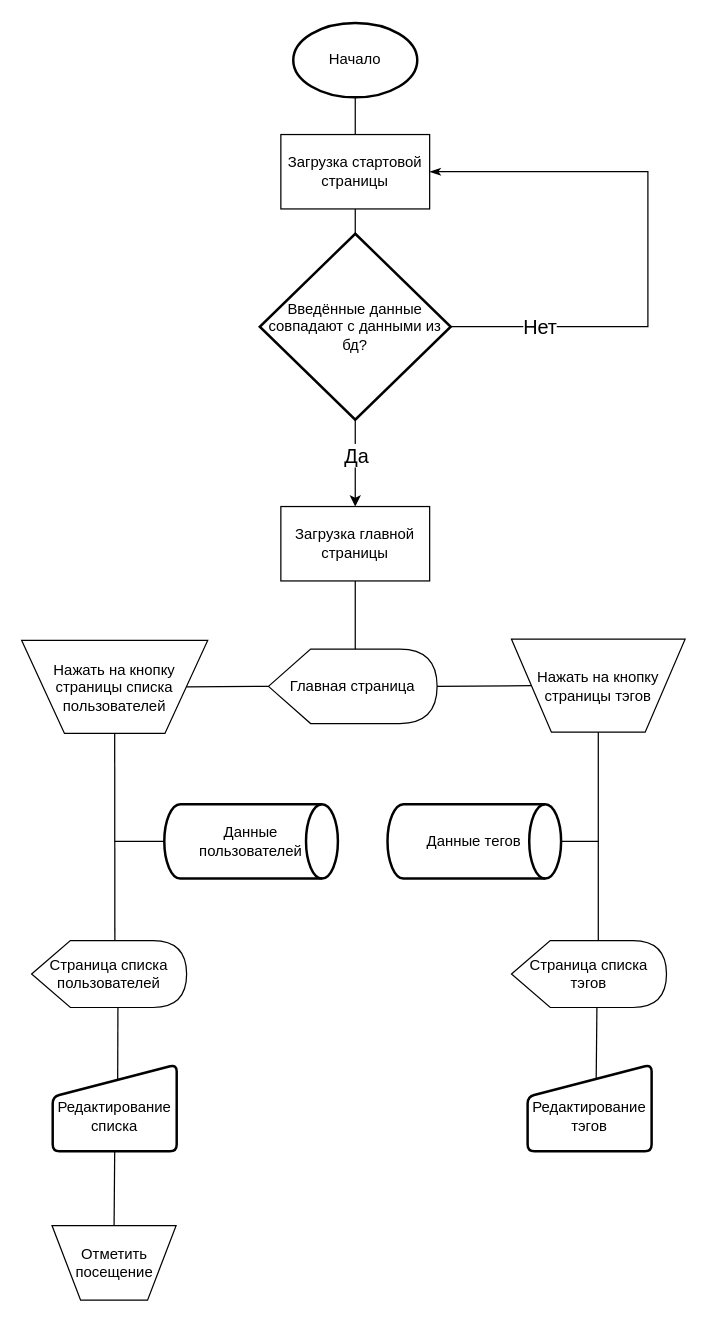
Earlier version of the draw.io diagram 2022glo1.drawio (FortunaMAKSIM/glo). Source tidied: cells renumbered, new cells numbered last; positions are measured from the earlier drawing's top-left corner, leaving out a move shared by most shapes. Both pictures are drawn from the tidied source at 124%, with x=0, y=0 at pixel (21, 22).
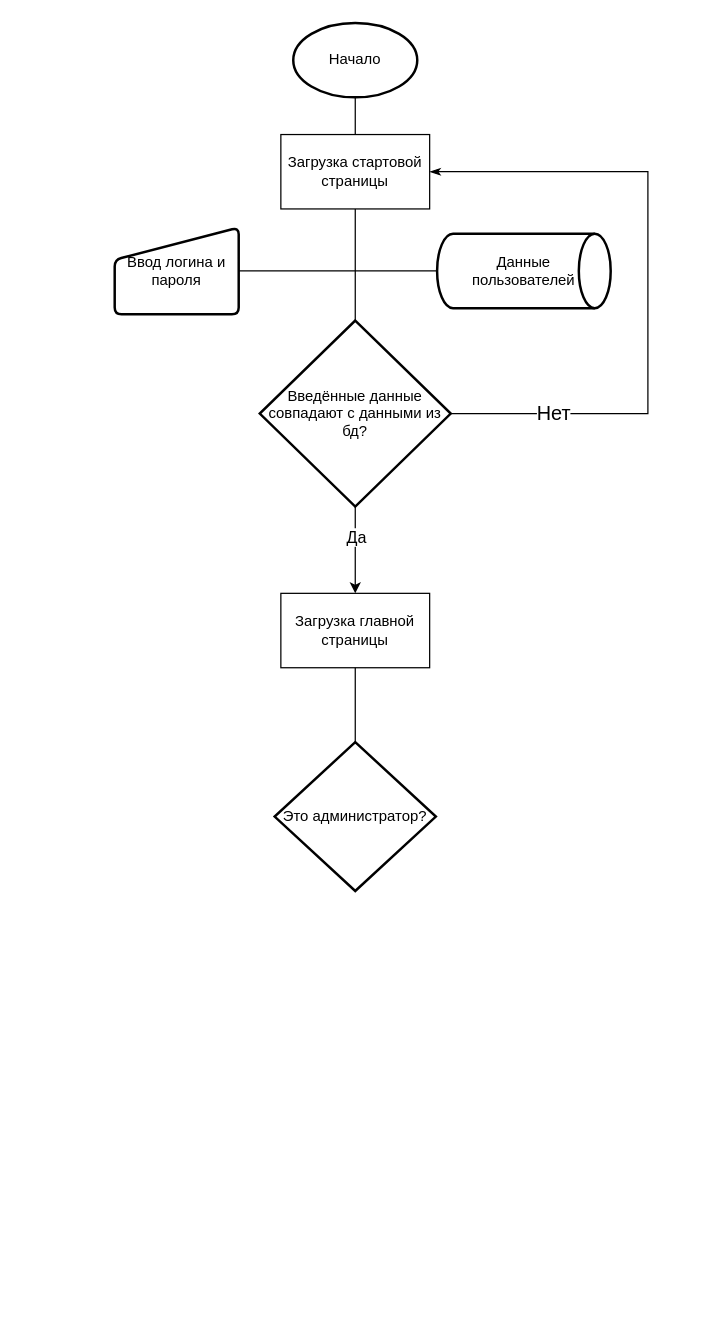
The same page after the edit.

The change refers to these unchanged cells:
```xml
<mxCell id="3" value="Загрузка стартовой&lt;br&gt;страницы" style="rounded=0;whiteSpace=wrap;html=1;" parent="1" vertex="1">
  <mxGeometry x="209" y="90" width="120" height="60" as="geometry" />
</mxCell>
```

What changed in the source:
```diff
@@
     <mxCell id="5" value="Введённые данные совпадают с данными из бд?" style="strokeWidth=2;html=1;shape=mxgraph.flowchart.decision;whiteSpace=wrap;" parent="1" vertex="1">
-      <mxGeometry x="192" y="170" width="154" height="150" as="geometry" />
+      <mxGeometry x="192" y="240" width="154" height="150" as="geometry" />
     </mxCell>
@@
     <mxCell id="7" style="endArrow=classicThin;html=1;rounded=0;exitX=1;exitY=0.5;exitDx=0;exitDy=0;exitPerimeter=0;strokeWidth=1;edgeStyle=orthogonalEdgeStyle;entryX=1;entryY=0.5;entryDx=0;entryDy=0;fontSize=16;startArrow=none;startFill=0;endFill=1;" parent="1" edge="1" source="5" target="3">
       <mxGeometry relative="1" as="geometry">
         <Array as="points">
-          <mxPoint x="505" y="245" />
+          <mxPoint x="505" y="315" />
           <mxPoint x="505" y="120" />
         </Array>
       </mxGeometry>
     </mxCell>
@@
-    <mxCell id="9" value="Загрузка главной страницы" style="rounded=0;whiteSpace=wrap;html=1;" parent="1" vertex="1">
-      <mxGeometry x="209" y="390" width="120" height="60" as="geometry" />
-    </mxCell>
-    <mxCell id="10" style="endArrow=classic;html=1;rounded=0;exitX=0.5;exitY=1;exitDx=0;exitDy=0;exitPerimeter=0;entryX=0.5;entryY=0;entryDx=0;entryDy=0;endFill=1;" parent="1" edge="1" source="5" target="9">
-      <mxGeometry relative="1" as="geometry" />
+    <mxCell id="10" style="endArrow=classic;html=1;rounded=0;exitX=0.5;exitY=1;exitDx=0;exitDy=0;exitPerimeter=0;endFill=1;" parent="1" edge="1" source="5">
+      <mxGeometry relative="1" as="geometry">
+        <mxPoint x="269" y="460" as="targetPoint" />
+      </mxGeometry>
     </mxCell>
-    <mxCell id="11" value="Да" style="edgeLabel;html=1;align=center;verticalAlign=middle;fontSize=16;" parent="10" vertex="1">
-      <mxGeometry x="-0.2" relative="1" as="geometry" />
+    <mxCell id="11" value="&lt;font style=&quot;font-size: 13px;&quot;&gt;Да&lt;/font&gt;" style="edgeLabel;html=1;align=center;verticalAlign=middle;" parent="10" vertex="1">
+      <mxGeometry x="-0.46" y="-1" relative="1" as="geometry">
+        <mxPoint x="1" y="5" as="offset" />
+      </mxGeometry>
     </mxCell>
-    <mxCell id="12" value="Главная страница" style="shape=display;whiteSpace=wrap;html=1;" parent="1" vertex="1">
-      <mxGeometry x="199" y="505" width="136" height="60" as="geometry" />
-    </mxCell>
-    <mxCell id="13" style="endArrow=none;html=1;rounded=0;exitX=0.5;exitY=1;exitDx=0;exitDy=0;entryX=0;entryY=0;entryDx=70;entryDy=0;entryPerimeter=0;" parent="1" edge="1" target="12">
-      <mxGeometry relative="1" as="geometry">
-        <mxPoint x="269" y="450" as="sourcePoint" />
-      </mxGeometry>
-    </mxCell>
-    <mxCell id="14" value="Нажать на кнопку страницы списка пользователей" style="verticalLabelPosition=middle;verticalAlign=middle;html=1;shape=trapezoid;perimeter=trapezoidPerimeter;whiteSpace=wrap;size=0.23;arcSize=10;flipV=1;labelPosition=center;align=center;" parent="1" vertex="1">
-      <mxGeometry y="498" width="150" height="75" as="geometry" />
-    </mxCell>
-    <mxCell id="15" value="Нажать на кнопку страницы тэгов" style="verticalLabelPosition=middle;verticalAlign=middle;html=1;shape=trapezoid;perimeter=trapezoidPerimeter;whiteSpace=wrap;size=0.23;arcSize=10;flipV=1;labelPosition=center;align=center;" parent="1" vertex="1">
-      <mxGeometry x="395" y="497" width="140" height="75" as="geometry" />
-    </mxCell>
-    <mxCell id="16" style="endArrow=none;html=1;rounded=0;entryX=0;entryY=0.5;entryDx=0;entryDy=0;entryPerimeter=0;exitX=1;exitY=0.5;exitDx=0;exitDy=0;" parent="1" edge="1" source="14" target="12">
-      <mxGeometry relative="1" as="geometry" />
-    </mxCell>
-    <mxCell id="17" style="endArrow=none;html=1;rounded=0;entryX=0;entryY=0.5;entryDx=0;entryDy=0;exitX=1;exitY=0.5;exitDx=0;exitDy=0;exitPerimeter=0;" parent="1" edge="1" source="12" target="15">
-      <mxGeometry relative="1" as="geometry" />
-    </mxCell>
-    <mxCell id="18" value="Страница списка пользователей" style="shape=display;whiteSpace=wrap;html=1;" parent="1" vertex="1">
-      <mxGeometry x="8" y="740" width="125" height="54" as="geometry" />
-    </mxCell>
-    <mxCell id="19" style="endArrow=none;html=1;rounded=0;entryX=0.5;entryY=1;entryDx=0;entryDy=0;exitX=0.537;exitY=0.005;exitDx=0;exitDy=0;exitPerimeter=0;" parent="1" edge="1" source="18" target="14">
-      <mxGeometry relative="1" as="geometry" />
-    </mxCell>
-    <mxCell id="20" style="endArrow=none;html=1;rounded=0;entryX=0.5;entryY=1;entryDx=0;entryDy=0;exitX=0;exitY=0;exitDx=40;exitDy=0;exitPerimeter=0;" parent="1" edge="1" target="15">
-      <mxGeometry relative="1" as="geometry">
-        <mxPoint x="465" y="742" as="sourcePoint" />
-      </mxGeometry>
-    </mxCell>
     <mxCell id="21" value="Данные&lt;br&gt;пользователей" style="strokeWidth=2;html=1;shape=mxgraph.flowchart.direct_data;whiteSpace=wrap;" parent="1" vertex="1">
-      <mxGeometry x="115" y="630" width="140" height="60" as="geometry" />
+      <mxGeometry x="335" y="170" width="140" height="60" as="geometry" />
     </mxCell>
-    <mxCell id="22" value="Данные тегов" style="strokeWidth=2;html=1;shape=mxgraph.flowchart.direct_data;whiteSpace=wrap;" parent="1" vertex="1">
-      <mxGeometry x="295" y="630" width="140" height="60" as="geometry" />
-    </mxCell>
-    <mxCell id="23" style="endArrow=none;html=1;rounded=0;entryX=0;entryY=0.5;entryDx=0;entryDy=0;entryPerimeter=0;" parent="1" edge="1" target="21">
-      <mxGeometry relative="1" as="geometry">
-        <mxPoint x="75" y="660" as="sourcePoint" />
-      </mxGeometry>
-    </mxCell>
-    <mxCell id="24" style="endArrow=none;html=1;rounded=0;exitX=1;exitY=0.5;exitDx=0;exitDy=0;exitPerimeter=0;" parent="1" edge="1" source="22">
-      <mxGeometry relative="1" as="geometry">
-        <mxPoint x="465" y="660" as="targetPoint" />
-      </mxGeometry>
-    </mxCell>
-    <mxCell id="25" value="Страница списка тэгов" style="shape=display;whiteSpace=wrap;html=1;" parent="1" vertex="1">
-      <mxGeometry x="395" y="740" width="125" height="54" as="geometry" />
-    </mxCell>
-    <mxCell id="26" value="&lt;br&gt;Редактирование списка" style="html=1;strokeWidth=2;shape=manualInput;whiteSpace=wrap;rounded=1;size=26;arcSize=11;" parent="1" vertex="1">
-      <mxGeometry x="25" y="840" width="100" height="70" as="geometry" />
-    </mxCell>
-    <mxCell id="27" value="&lt;br&gt;Редактирование тэгов" style="html=1;strokeWidth=2;shape=manualInput;whiteSpace=wrap;rounded=1;size=26;arcSize=11;" parent="1" vertex="1">
-      <mxGeometry x="408" y="840" width="100" height="70" as="geometry" />
-    </mxCell>
-    <mxCell id="28" value="Отметить посещение" style="verticalLabelPosition=middle;verticalAlign=middle;html=1;shape=trapezoid;perimeter=trapezoidPerimeter;whiteSpace=wrap;size=0.23;arcSize=10;flipV=1;labelPosition=center;align=center;" parent="1" vertex="1">
-      <mxGeometry x="24.5" y="970" width="100" height="60" as="geometry" />
-    </mxCell>
-    <mxCell id="29" style="endArrow=none;html=1;rounded=0;entryX=0;entryY=0;entryDx=64.625;entryDy=54;entryPerimeter=0;exitX=0.524;exitY=0.174;exitDx=0;exitDy=0;exitPerimeter=0;" parent="1" edge="1" source="26">
-      <mxGeometry relative="1" as="geometry">
-        <mxPoint x="77.6" y="794" as="targetPoint" />
-      </mxGeometry>
-    </mxCell>
-    <mxCell id="30" style="endArrow=none;html=1;rounded=0;entryX=0.5;entryY=1;entryDx=0;entryDy=0;exitX=0.5;exitY=0;exitDx=0;exitDy=0;" parent="1" edge="1" source="28" target="26">
-      <mxGeometry relative="1" as="geometry" />
-    </mxCell>
-    <mxCell id="31" style="endArrow=none;html=1;rounded=0;entryX=0.551;entryY=1.004;entryDx=0;entryDy=0;entryPerimeter=0;exitX=0.553;exitY=0.173;exitDx=0;exitDy=0;exitPerimeter=0;" parent="1" edge="1" source="27" target="25">
-      <mxGeometry relative="1" as="geometry" />
-    </mxCell>
+    <mxCell id="32" value="Ввод логина и пароля" style="html=1;strokeWidth=2;shape=manualInput;whiteSpace=wrap;rounded=1;size=26;arcSize=11;" parent="1" vertex="1">
+      <mxGeometry x="75" y="165" width="100" height="70" as="geometry" />
+    </mxCell>
+    <mxCell id="33" style="endArrow=none;html=1;rounded=0;entryX=0;entryY=0.5;entryDx=0;entryDy=0;entryPerimeter=0;exitX=1;exitY=0.5;exitDx=0;exitDy=0;" parent="1" edge="1" source="32" target="21">
+      <mxGeometry relative="1" as="geometry" />
+    </mxCell>
+    <mxCell id="34" value="Это администратор?" style="strokeWidth=2;html=1;shape=mxgraph.flowchart.decision;whiteSpace=wrap;" parent="1" vertex="1">
+      <mxGeometry x="204" y="580" width="130" height="120" as="geometry" />
+    </mxCell>
+    <mxCell id="9" value="Загрузка главной страницы" style="rounded=0;whiteSpace=wrap;html=1;" parent="1" vertex="1">
+      <mxGeometry x="209" y="460" width="120" height="60" as="geometry" />
+    </mxCell>
+    <mxCell id="35" style="endArrow=none;html=1;rounded=0;entryX=0.5;entryY=1;entryDx=0;entryDy=0;exitX=0.5;exitY=0;exitDx=0;exitDy=0;exitPerimeter=0;" parent="1" edge="1" source="34" target="9">
+      <mxGeometry relative="1" as="geometry" />
+    </mxCell>
```
